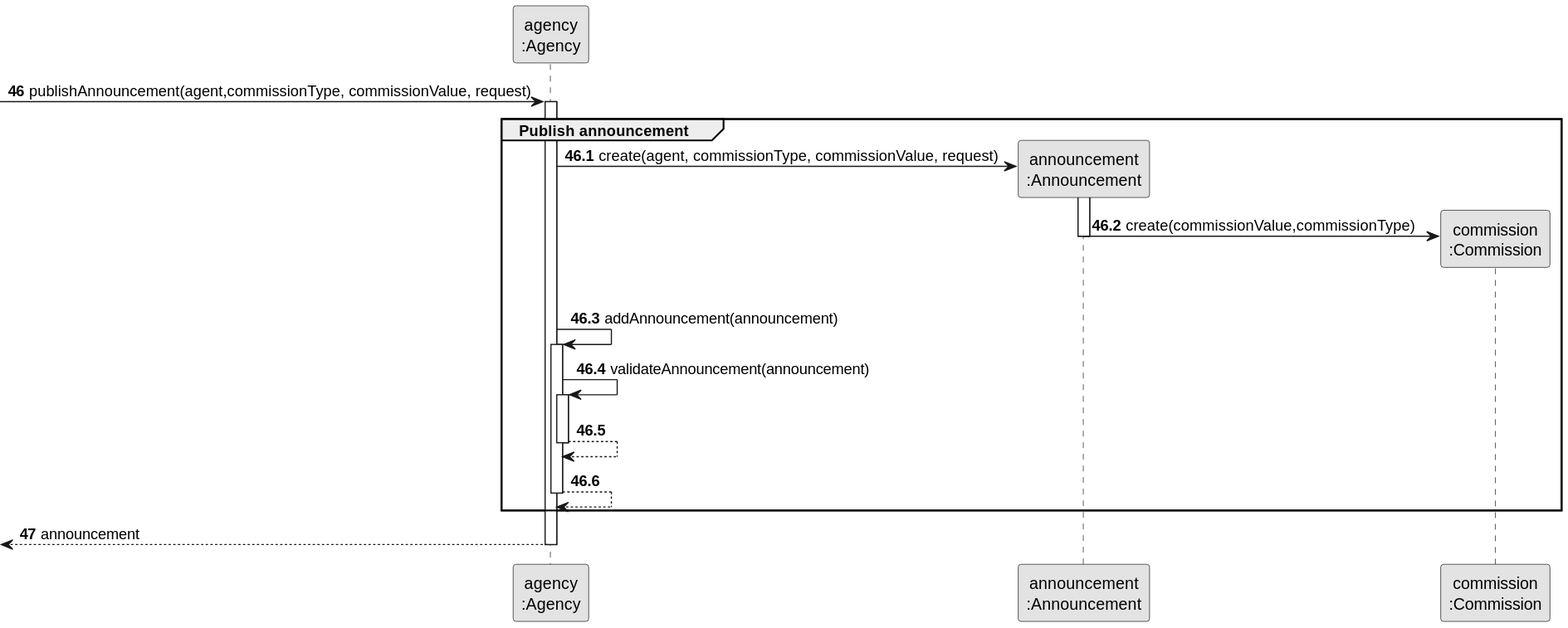
The PlantUML diagram docs/sprintD/us008/03.design/svg/us008-sequence-diagram-partial-publish-announcement.svg in rita-barbosa/LAPR2-2223, before a commit.
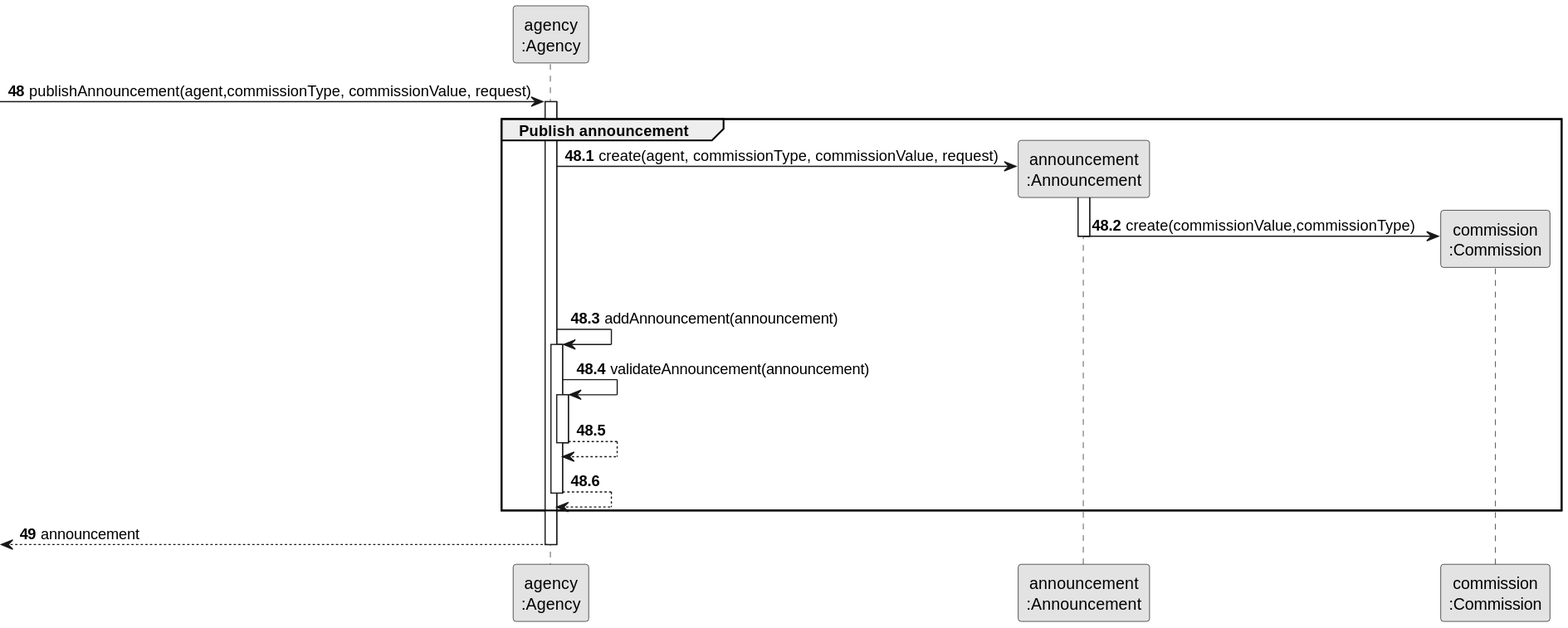
After the commit.

The edit, as a diff of the source:
```diff
@@ -7,12 +7,12 @@
 participant "announcement\n:Announcement" as AD
 participant "commission\n:Commission" as COMMISSION
 
-autonumber 46
+autonumber 48
 
              -> AGENCY : publishAnnouncement(agent,commissionType, commissionValue, request)
              activate AGENCY
 
-autonumber 46.1
+autonumber 48.1
 
     group Publish announcement
 
@@ -38,7 +38,7 @@
             deactivate  AGENCY
     end
 
-autonumber 47
+autonumber 49
 
     <-- AGENCY : announcement
     deactivate AGENCY
```
